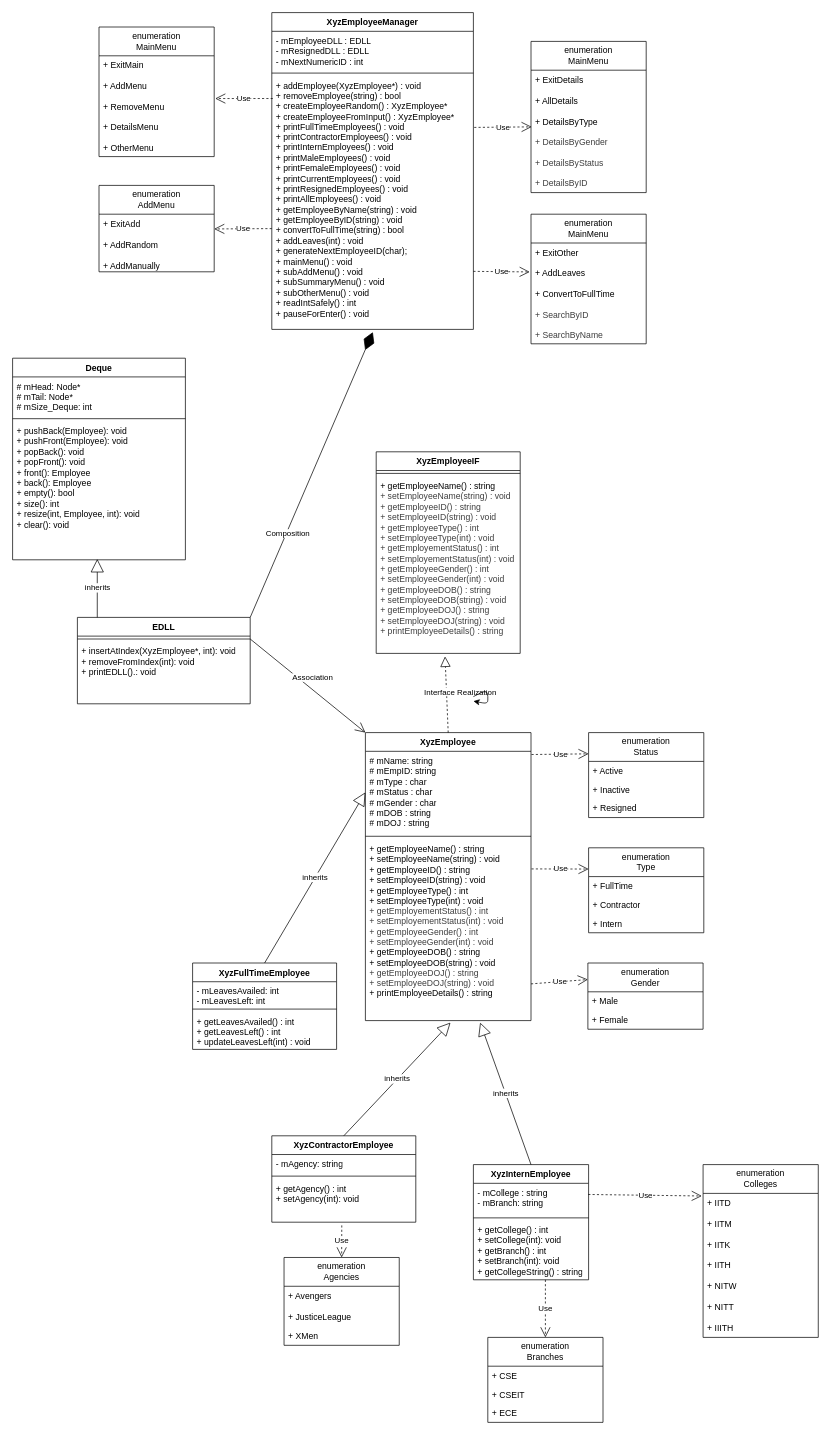
Earlier version of the draw.io diagram umlFile.drawio (IBM-PHYP-DEV-HYD/ems-aniketsrivast). Source tidied: cells renumbered, new cells numbered last; positions are measured from the earlier drawing's top-left corner, leaving out a move shared by most shapes. Both pictures are drawn from the tidied source at 72%, with x=0, y=0 at pixel (12, 12).
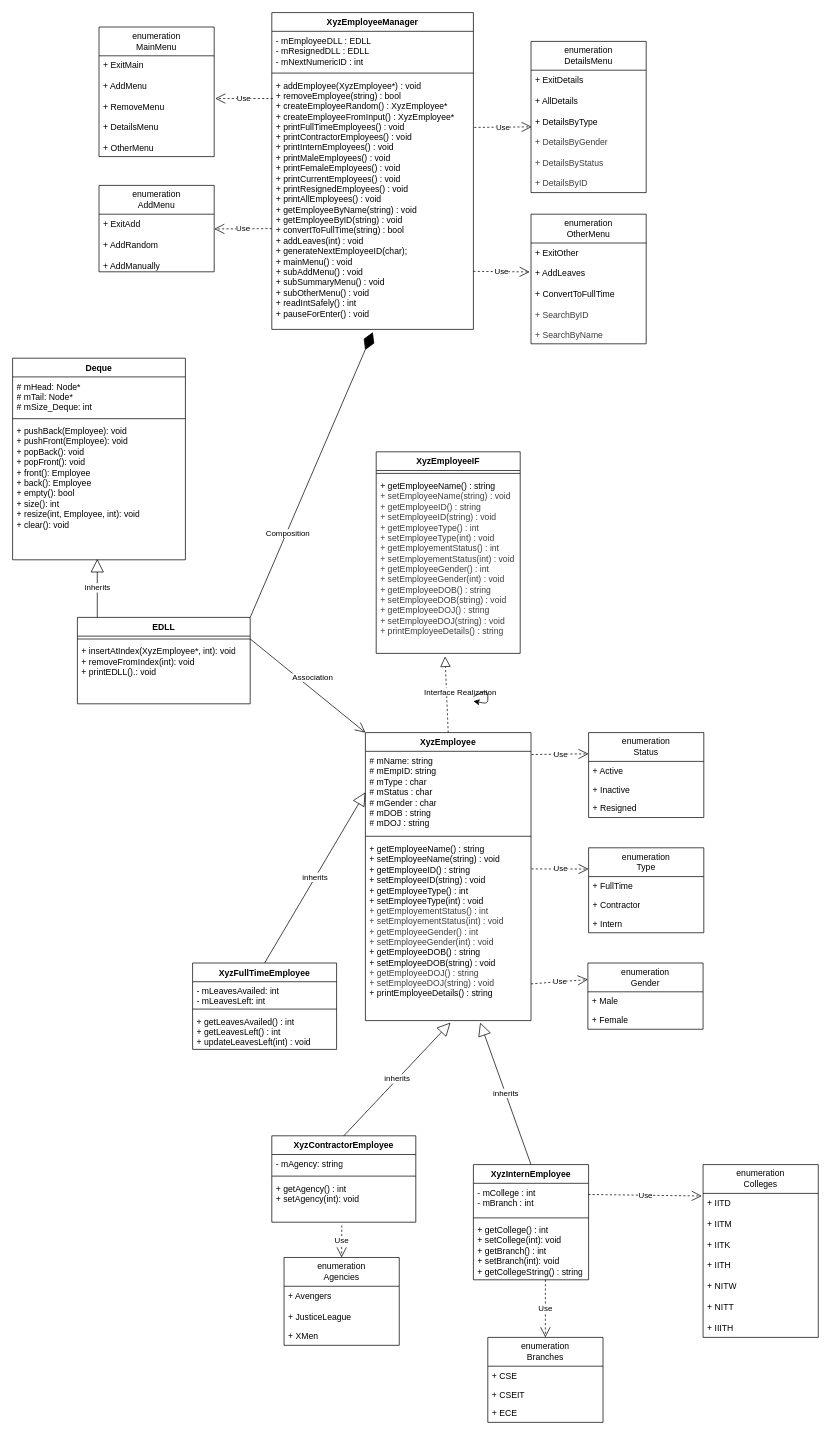
Above is the later version.

Unchanged cells that the change refers to:
```xml
<mxCell id="21" value="XyzInternEmployee" style="swimlane;fontStyle=1;align=center;verticalAlign=top;horizontal=1;startSize=26;whiteSpace=wrap;html=1;" parent="1" vertex="1">
  <mxGeometry x="640" y="1600" width="160" height="160" as="geometry" />
</mxCell>
```

Diff of the diagram source:
```diff
@@
-    <mxCell id="22" value="- mCollege : string&lt;div&gt;- mBranch: string&lt;/div&gt;&lt;div&gt;&lt;br&gt;&lt;/div&gt;" style="text;strokeColor=none;fillColor=none;align=left;verticalAlign=top;spacingLeft=4;spacingRight=4;overflow=hidden;points=[[0,0.5],[1,0.5]];portConstraint=eastwest;whiteSpace=wrap;html=1;" parent="21" vertex="1">
+    <mxCell id="22" value="- mCollege : int&lt;div&gt;- mBranch : int&lt;/div&gt;&lt;div&gt;&lt;br&gt;&lt;/div&gt;" style="text;strokeColor=none;fillColor=none;align=left;verticalAlign=top;spacingLeft=4;spacingRight=4;overflow=hidden;points=[[0,0.5],[1,0.5]];portConstraint=eastwest;whiteSpace=wrap;html=1;" parent="21" vertex="1">
       <mxGeometry y="26" width="160" height="44" as="geometry" />
     </mxCell>
@@
-    <mxCell id="73" value="enumeration&lt;div&gt;MainMenu&lt;/div&gt;" style="swimlane;fontStyle=0;horizontal=1;startSize=40;fillColor=none;whiteSpace=wrap;html=1;" parent="1" vertex="1">
+    <mxCell id="73" value="enumeration&lt;div&gt;DetailsMenu&lt;/div&gt;" style="swimlane;fontStyle=0;horizontal=1;startSize=40;fillColor=none;whiteSpace=wrap;html=1;" parent="1" vertex="1">
       <mxGeometry x="720" y="40" width="160" height="210" as="geometry" />
     </mxCell>
@@
-    <mxCell id="76" value="enumeration&lt;div&gt;MainMenu&lt;/div&gt;" style="swimlane;fontStyle=0;horizontal=1;startSize=40;fillColor=none;whiteSpace=wrap;html=1;" parent="1" vertex="1">
+    <mxCell id="76" value="enumeration&lt;div&gt;OtherMenu&lt;/div&gt;" style="swimlane;fontStyle=0;horizontal=1;startSize=40;fillColor=none;whiteSpace=wrap;html=1;" parent="1" vertex="1">
       <mxGeometry x="720" y="280" width="160" height="180" as="geometry" />
     </mxCell>
```
